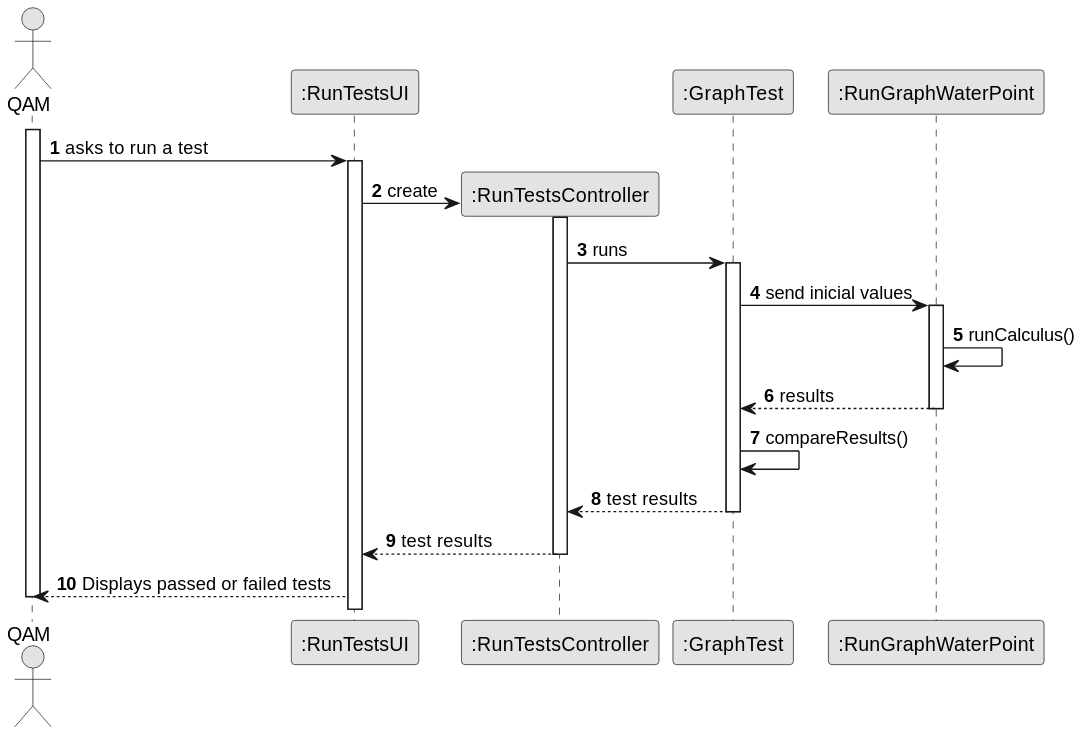
Before: docs/sprintB/us014/03.design/svg/us014-sequence-diagram-full.svg, a diagram exported from PlantUML (ricardomm7/leaflink). Its diagram source:
```plantuml
@startuml
skinparam monochrome true
skinparam packageStyle rectangle
skinparam shadowing false

autonumber


actor "QAM" as QAM
participant ":RunTestsUI" as UI
participant ":RunTestsController" as CTRL
participant ":GraphTest" as Test
participant ":RunGraphWaterPoint" as RunGraphWP
activate QAM

        QAM -> UI : asks to run a test

        activate UI


            UI -> CTRL** : create
            activate CTRL

                CTRL -> Test : runs
                activate Test

                    Test -> RunGraphWP: send inicial values
                activate RunGraphWP

                    RunGraphWP -> RunGraphWP: runCalculus()
                RunGraphWP --> Test : results
                deactivate RunGraphWP
                    Test -> Test : compareResults()

                Test --> CTRL : test results
            deactivate Test

            CTRL --> UI : test results
        deactivate CTRL

    UI --> QAM : Displays passed or failed tests
deactivate QAM
@enduml
```
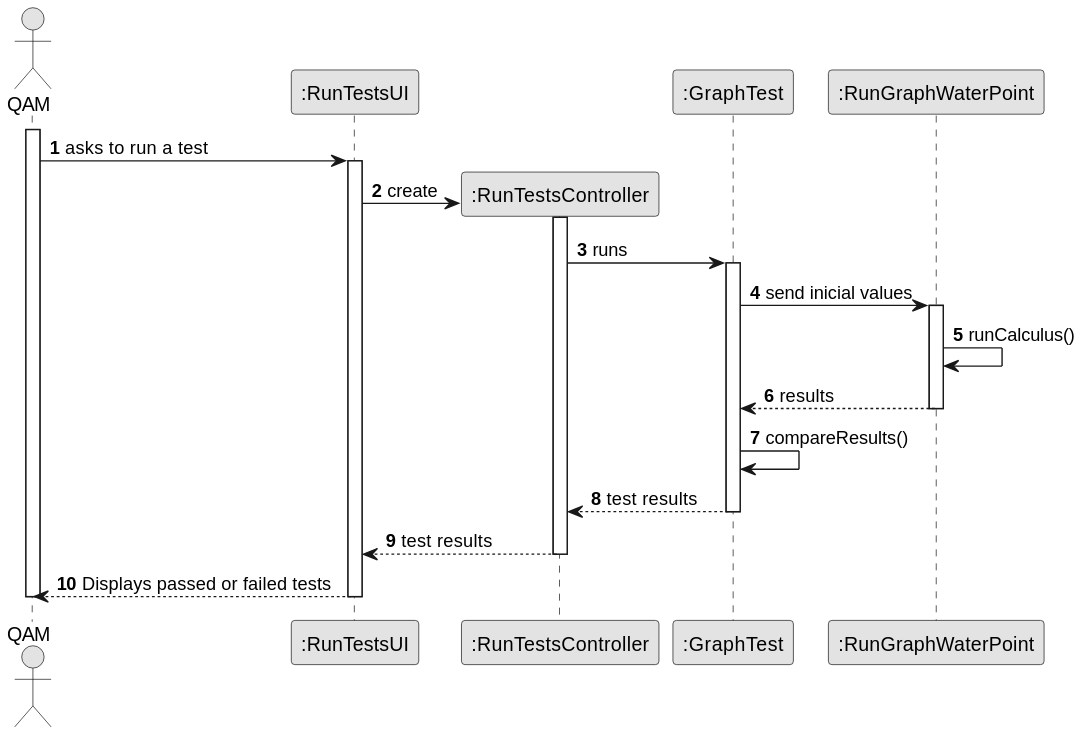
After the change.

What changed in the source:
```diff
@@ -36,8 +36,10 @@
             deactivate Test
 
             CTRL --> UI : test results
+
         deactivate CTRL
 
     UI --> QAM : Displays passed or failed tests
+    deactivate UI
 deactivate QAM
 @enduml
```
